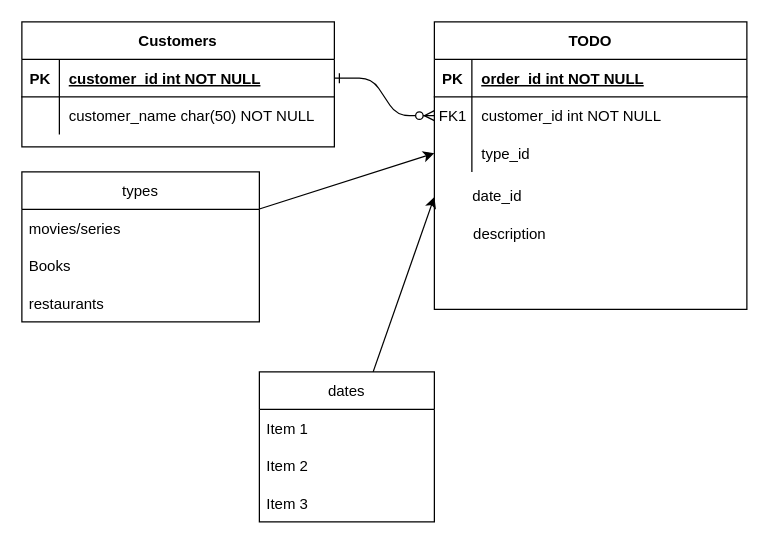
Earlier version of the draw.io diagram ERD.drawio (cdmac94/Smart-TODO-List). Source tidied: cells renumbered, new cells numbered last; positions are measured from the earlier drawing's top-left corner, leaving out a move shared by most shapes. Both pictures are drawn from the tidied source at 125%, with x=0, y=0 at pixel (21, 21).
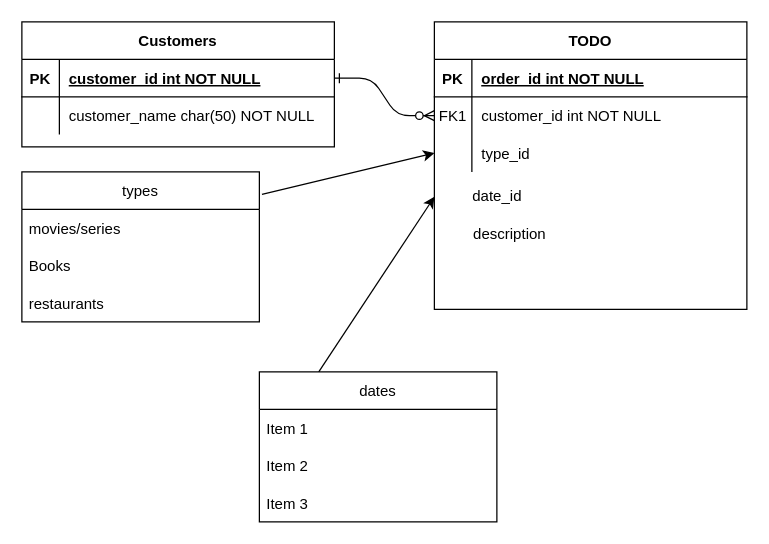
The same diagram, later.

Commit message:
Added basic ERD

Unchanged cells that the change refers to:
```xml
<mxCell id="10" style="shape=partialRectangle;fillColor=none;points=[[0,0.5],[1,0.5]];portConstraint=eastwest;top=0;left=0;right=0;bottom=0;" parent="3" vertex="1">
  <mxGeometry y="90" width="250" height="30" as="geometry" />
</mxCell>
<mxCell id="21" value="types" style="swimlane;fontStyle=0;horizontal=1;startSize=30;" parent="1" vertex="1">
  <mxGeometry y="120" width="190" height="120" as="geometry" />
</mxCell>
```

The edit, as a diff of the source:
```diff
@@
-    <mxCell id="20" style="edgeStyle=none;html=1;entryX=0;entryY=0.5;entryDx=0;entryDy=0;" parent="1" edge="1" source="21" target="10">
+    <mxCell id="20" style="edgeStyle=none;html=1;entryX=0;entryY=0.5;entryDx=0;entryDy=0;exitX=1.011;exitY=0.15;exitDx=0;exitDy=0;exitPerimeter=0;" parent="1" edge="1" source="21" target="10">
       <mxGeometry relative="1" as="geometry" />
     </mxCell>
@@
-    <mxCell id="26" style="edgeStyle=none;html=1;" parent="1" edge="1" source="27">
+    <mxCell id="26" style="edgeStyle=none;html=1;exitX=0.25;exitY=0;exitDx=0;exitDy=0;" parent="1" edge="1" source="27">
       <mxGeometry relative="1" as="geometry">
         <mxPoint x="330" y="140" as="targetPoint" />
       </mxGeometry>
     </mxCell>
     <mxCell id="27" value="dates" style="swimlane;fontStyle=0;horizontal=1;startSize=30;" parent="1" vertex="1">
-      <mxGeometry x="190" y="280" width="140" height="120" as="geometry" />
+      <mxGeometry x="190" y="280" width="190" height="120" as="geometry" />
     </mxCell>
     <mxCell id="28" value="Item 1" style="text;strokeColor=none;fillColor=none;align=left;verticalAlign=middle;spacingLeft=4;spacingRight=4;overflow=hidden;" parent="27" vertex="1">
-      <mxGeometry y="30" width="140" height="30" as="geometry" />
+      <mxGeometry y="30" width="190" height="30" as="geometry" />
     </mxCell>
     <mxCell id="29" value="Item 2" style="text;strokeColor=none;fillColor=none;align=left;verticalAlign=middle;spacingLeft=4;spacingRight=4;overflow=hidden;" parent="27" vertex="1">
-      <mxGeometry y="60" width="140" height="30" as="geometry" />
+      <mxGeometry y="60" width="190" height="30" as="geometry" />
     </mxCell>
     <mxCell id="30" value="Item 3" style="text;strokeColor=none;fillColor=none;align=left;verticalAlign=middle;spacingLeft=4;spacingRight=4;overflow=hidden;" parent="27" vertex="1">
-      <mxGeometry y="90" width="140" height="30" as="geometry" />
+      <mxGeometry y="90" width="190" height="30" as="geometry" />
     </mxCell>
```
